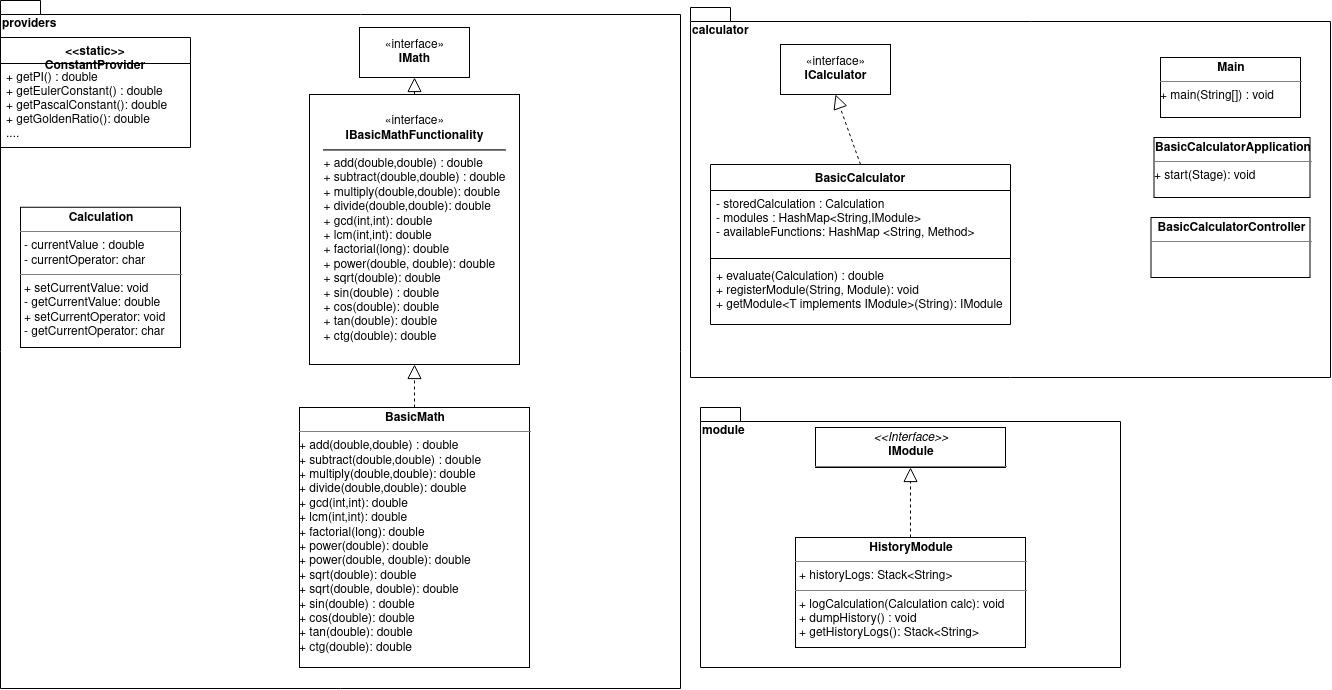
Before: CrossPlatformCalculator/src/main/resources/docs/diagrams/class_diagram.png, a diagram exported from draw.io (adampallagi/RGP). Source tidied: cells renumbered, new cells last; positions are measured from the earlier drawing's top-left corner, leaving out a move shared by most shapes.
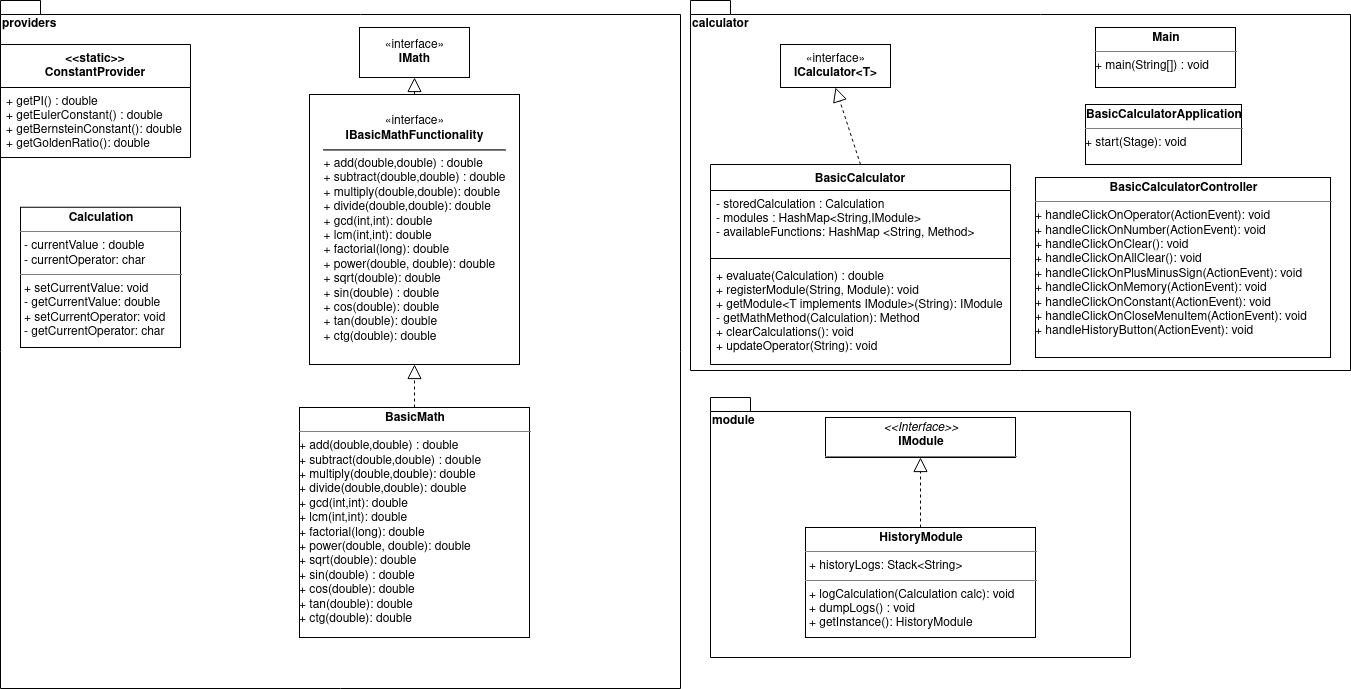
The same diagram one commit later.

Commit message:
Added new class diagram?

Change to the diagram source:
```diff
@@ -3,48 +3,42 @@
     <mxCell id="0" />
     <mxCell id="1" parent="0" />
     <mxCell id="2" value="calculator" style="shape=folder;fontStyle=1;spacingTop=10;tabWidth=40;tabHeight=14;tabPosition=left;html=1;align=left;verticalAlign=top;" parent="1" vertex="1">
-      <mxGeometry x="690" y="7" width="640" height="370" as="geometry" />
+      <mxGeometry x="690" width="660" height="370" as="geometry" />
     </mxCell>
     <mxCell id="3" value="providers" style="shape=folder;fontStyle=1;spacingTop=10;tabWidth=40;tabHeight=14;tabPosition=left;html=1;noLabel=0;labelPosition=center;verticalLabelPosition=middle;align=left;verticalAlign=top;horizontal=1;" parent="1" vertex="1">
       <mxGeometry width="680" height="688" as="geometry" />
     </mxCell>
-    <mxCell id="4" value="«interface»&lt;br&gt;&lt;div&gt;&lt;b&gt;ICalculator&lt;/b&gt;&lt;/div&gt;" style="html=1;" parent="1" vertex="1">
-      <mxGeometry x="780" y="44" width="110" height="50" as="geometry" />
+    <mxCell id="4" value="«interface»&lt;br&gt;&lt;div&gt;&lt;b&gt;ICalculator&amp;lt;T&amp;gt;&lt;/b&gt;&lt;/div&gt;" style="html=1;" parent="1" vertex="1">
+      <mxGeometry x="780" y="44" width="110" height="43" as="geometry" />
     </mxCell>
     <mxCell id="5" style="endArrow=block;dashed=1;endFill=0;endSize=12;html=1;exitX=0.5;exitY=0;exitDx=0;exitDy=0;entryX=0.5;entryY=1;entryDx=0;entryDy=0;" parent="1" edge="1" source="21" target="4">
       <mxGeometry relative="1" as="geometry" />
     </mxCell>
     <mxCell id="6" value="&lt;p style=&quot;margin: 0px ; margin-top: 4px ; text-align: center&quot;&gt;&lt;b&gt;BasicCalculatorApplication&lt;/b&gt;&lt;br&gt;&lt;/p&gt;&lt;hr size=&quot;1&quot;&gt;&lt;div style=&quot;height: 2px&quot;&gt;+ &lt;span class=&quot;pl-en&quot;&gt;start(Stage): void&lt;br&gt;&lt;/span&gt;&lt;/div&gt;" style="verticalAlign=top;align=left;overflow=fill;fontSize=12;fontFamily=Helvetica;html=1;" parent="1" vertex="1">
-      <mxGeometry x="1153.5" y="137" width="156" height="60" as="geometry" />
+      <mxGeometry x="1085" y="104" width="156" height="60" as="geometry" />
     </mxCell>
     <mxCell id="7" value="module" style="shape=folder;fontStyle=1;spacingTop=10;tabWidth=40;tabHeight=14;tabPosition=left;html=1;align=left;verticalAlign=top;" parent="1" vertex="1">
-      <mxGeometry x="700" y="407" width="420" height="260" as="geometry" />
+      <mxGeometry x="710" y="397" width="420" height="260" as="geometry" />
     </mxCell>
     <mxCell id="8" value="&lt;p style=&quot;margin: 0px ; margin-top: 4px ; text-align: center&quot;&gt;&lt;i&gt;&amp;lt;&amp;lt;Interface&amp;gt;&amp;gt;&lt;/i&gt;&lt;br&gt;&lt;b&gt;IModule&lt;/b&gt;&lt;/p&gt;&lt;hr size=&quot;1&quot;&gt;" style="verticalAlign=top;align=left;overflow=fill;fontSize=12;fontFamily=Helvetica;html=1;" parent="1" vertex="1">
-      <mxGeometry x="815" y="427" width="190" height="40" as="geometry" />
+      <mxGeometry x="825" y="417" width="190" height="40" as="geometry" />
     </mxCell>
-    <mxCell id="9" value="&lt;&lt;static&gt;&gt;&#10;ConstantProvider" style="swimlane;fontStyle=1;align=center;verticalAlign=top;horizontal=1;startSize=26;" parent="1" vertex="1">
-      <mxGeometry y="37" width="190" height="110" as="geometry" />
-    </mxCell>
-    <mxCell id="10" value="+ getPI() : double&#10;+ getEulerConstant() : double&#10;+ getPascalConstant(): double&#10;+ getGoldenRatio(): double&#10;....&#10;&#10;" style="text;strokeColor=none;fillColor=none;align=left;verticalAlign=top;spacingLeft=4;spacingRight=4;overflow=hidden;" parent="9" vertex="1">
-      <mxGeometry y="26" width="190" height="84" as="geometry" />
-    </mxCell>
-    <mxCell id="11" value="&lt;p style=&quot;margin: 0px ; margin-top: 4px ; text-align: center&quot;&gt;&lt;b&gt;HistoryModule&lt;/b&gt;&lt;/p&gt;&lt;hr size=&quot;1&quot;&gt;&lt;p style=&quot;margin: 0px ; margin-left: 4px&quot;&gt;+ historyLogs: Stack&amp;lt;String&amp;gt;&lt;br&gt;&lt;/p&gt;&lt;hr size=&quot;1&quot;&gt;&lt;p style=&quot;margin: 0px ; margin-left: 4px&quot;&gt;+ logCalculation(Calculation calc): void&lt;br&gt;+ dumpHistory() : void&lt;/p&gt;&lt;p style=&quot;margin: 0px ; margin-left: 4px&quot;&gt;+ getHistoryLogs(): Stack&amp;lt;String&amp;gt;&lt;br&gt;&lt;/p&gt;" style="verticalAlign=top;align=left;overflow=fill;fontSize=12;fontFamily=Helvetica;html=1;" parent="1" vertex="1">
-      <mxGeometry x="795" y="537" width="230" height="110" as="geometry" />
+    <mxCell id="11" value="&lt;p style=&quot;margin: 0px ; margin-top: 4px ; text-align: center&quot;&gt;&lt;b&gt;HistoryModule&lt;/b&gt;&lt;/p&gt;&lt;hr size=&quot;1&quot;&gt;&lt;p style=&quot;margin: 0px ; margin-left: 4px&quot;&gt;+ historyLogs: Stack&amp;lt;String&amp;gt;&lt;br&gt;&lt;/p&gt;&lt;hr size=&quot;1&quot;&gt;&lt;p style=&quot;margin: 0px ; margin-left: 4px&quot;&gt;+ logCalculation(Calculation calc): void&lt;br&gt;+ dumpLogs() : void&lt;/p&gt;&lt;p style=&quot;margin: 0px ; margin-left: 4px&quot;&gt;+ getInstance(): HistoryModule&lt;br&gt;&lt;/p&gt;" style="verticalAlign=top;align=left;overflow=fill;fontSize=12;fontFamily=Helvetica;html=1;" parent="1" vertex="1">
+      <mxGeometry x="805" y="527" width="230" height="110" as="geometry" />
     </mxCell>
     <mxCell id="12" style="endArrow=block;dashed=1;endFill=0;endSize=12;html=1;exitX=0.5;exitY=0;exitDx=0;exitDy=0;" parent="1" edge="1" source="11">
       <mxGeometry relative="1" as="geometry">
-        <mxPoint x="910" y="467" as="targetPoint" />
+        <mxPoint x="920" y="457" as="targetPoint" />
       </mxGeometry>
     </mxCell>
     <mxCell id="13" value="&lt;p style=&quot;margin: 0px ; margin-top: 4px ; text-align: center&quot;&gt;&lt;b&gt;Calculation&lt;/b&gt;&lt;/p&gt;&lt;hr size=&quot;1&quot;&gt;&lt;p style=&quot;margin: 0px ; margin-left: 4px&quot;&gt;- currentValue : double&lt;br&gt;- currentOperator: char&lt;br&gt;&lt;/p&gt;&lt;hr size=&quot;1&quot;&gt;&lt;p style=&quot;margin: 0px ; margin-left: 4px&quot;&gt;+ setCurrentValue: void&lt;br&gt;- getCurrentValue: double&lt;br&gt;+ setCurrentOperator: void&lt;/p&gt;&lt;p style=&quot;margin: 0px ; margin-left: 4px&quot;&gt;- getCurrentOperator: char&lt;/p&gt;" style="verticalAlign=top;align=left;overflow=fill;fontSize=12;fontFamily=Helvetica;html=1;" parent="1" vertex="1">
       <mxGeometry x="20" y="206.8" width="160" height="140.2" as="geometry" />
     </mxCell>
     <mxCell id="14" value="&lt;p style=&quot;margin: 0px ; margin-top: 4px ; text-align: center&quot;&gt;&lt;b&gt;Main&lt;/b&gt;&lt;br&gt;&lt;/p&gt;&lt;hr size=&quot;1&quot;&gt;&lt;div style=&quot;height: 2px&quot;&gt;+ main(String[]) : void&lt;br&gt;&lt;/div&gt;" style="verticalAlign=top;align=left;overflow=fill;fontSize=12;fontFamily=Helvetica;html=1;" parent="1" vertex="1">
-      <mxGeometry x="1160" y="57" width="140" height="60" as="geometry" />
+      <mxGeometry x="1095" y="27" width="140" height="60" as="geometry" />
     </mxCell>
-    <mxCell id="15" value="&lt;p style=&quot;margin: 0px ; margin-top: 4px ; text-align: center&quot;&gt;&lt;b&gt;BasicCalculatorController&lt;/b&gt;&lt;/p&gt;&lt;hr size=&quot;1&quot;&gt;&lt;div style=&quot;height: 2px&quot;&gt;&lt;/div&gt;" style="verticalAlign=top;align=left;overflow=fill;fontSize=12;fontFamily=Helvetica;html=1;" parent="1" vertex="1">
-      <mxGeometry x="1150.5" y="217" width="159" height="60" as="geometry" />
+    <mxCell id="15" value="&lt;p style=&quot;margin: 0px ; margin-top: 4px ; text-align: center&quot;&gt;&lt;b&gt;BasicCalculatorController&lt;/b&gt;&lt;/p&gt;&lt;hr size=&quot;1&quot;&gt;&lt;div style=&quot;height: 2px&quot;&gt;+ &lt;span class=&quot;pl-en&quot;&gt;&lt;span class=&quot;pl-token&quot;&gt;handleClickOnOperator(ActionEvent): void&lt;br&gt;+ handleClickOnNumber(ActionEvent): void&lt;br&gt;+ &lt;/span&gt;&lt;/span&gt;&lt;span class=&quot;pl-en&quot;&gt;&lt;span class=&quot;pl-token&quot;&gt;&lt;span class=&quot;pl-en&quot;&gt;&lt;span class=&quot;pl-token&quot;&gt;handleClickOnClear(): void&lt;br&gt;+ &lt;/span&gt;&lt;/span&gt;&lt;/span&gt;&lt;/span&gt;&lt;span class=&quot;pl-en&quot;&gt;&lt;span class=&quot;pl-token&quot;&gt;&lt;span class=&quot;pl-en&quot;&gt;&lt;span class=&quot;pl-token&quot;&gt;&lt;span class=&quot;pl-en&quot;&gt;&lt;span class=&quot;pl-token&quot;&gt;handleClickOnAllClear(): void&lt;br&gt;+ &lt;/span&gt;&lt;/span&gt;&lt;/span&gt;&lt;/span&gt;&lt;/span&gt;&lt;/span&gt;&lt;span class=&quot;pl-en&quot;&gt;&lt;span class=&quot;pl-token&quot;&gt;&lt;span class=&quot;pl-en&quot;&gt;&lt;span class=&quot;pl-token&quot;&gt;&lt;span class=&quot;pl-en&quot;&gt;&lt;span class=&quot;pl-token&quot;&gt;&lt;span class=&quot;pl-en&quot;&gt;&lt;span class=&quot;pl-token&quot;&gt;handleClickOnPlusMinusSign(ActionEvent): void&lt;br&gt;+ &lt;/span&gt;&lt;/span&gt;&lt;/span&gt;&lt;/span&gt;&lt;/span&gt;&lt;/span&gt;&lt;/span&gt;&lt;/span&gt;&lt;span class=&quot;pl-en&quot;&gt;&lt;span class=&quot;pl-token&quot;&gt;&lt;span class=&quot;pl-en&quot;&gt;&lt;span class=&quot;pl-token&quot;&gt;&lt;span class=&quot;pl-en&quot;&gt;&lt;span class=&quot;pl-token&quot;&gt;&lt;span class=&quot;pl-en&quot;&gt;&lt;span class=&quot;pl-token&quot;&gt;&lt;span class=&quot;pl-en&quot;&gt;&lt;span class=&quot;pl-token active&quot;&gt;handleClickOnMemory(ActionEvent): void&lt;br&gt;+ &lt;/span&gt;&lt;/span&gt;&lt;/span&gt;&lt;/span&gt;&lt;/span&gt;&lt;/span&gt;&lt;/span&gt;&lt;/span&gt;&lt;/span&gt;&lt;/span&gt;&lt;span class=&quot;pl-en&quot;&gt;&lt;span class=&quot;pl-token&quot;&gt;&lt;span class=&quot;pl-en&quot;&gt;&lt;span class=&quot;pl-token&quot;&gt;&lt;span class=&quot;pl-en&quot;&gt;&lt;span class=&quot;pl-token&quot;&gt;&lt;span class=&quot;pl-en&quot;&gt;&lt;span class=&quot;pl-token&quot;&gt;&lt;span class=&quot;pl-en&quot;&gt;&lt;span class=&quot;pl-token active&quot;&gt;&lt;span class=&quot;pl-en&quot;&gt;&lt;span class=&quot;pl-token&quot;&gt;handleClickOnConstant(ActionEvent): void&lt;br&gt;+ &lt;/span&gt;&lt;/span&gt;&lt;/span&gt;&lt;/span&gt;&lt;/span&gt;&lt;/span&gt;&lt;/span&gt;&lt;/span&gt;&lt;/span&gt;&lt;/span&gt;&lt;/span&gt;&lt;/span&gt;&lt;span class=&quot;pl-en&quot;&gt;&lt;span class=&quot;pl-token&quot;&gt;&lt;span class=&quot;pl-en&quot;&gt;&lt;span class=&quot;pl-token&quot;&gt;&lt;span class=&quot;pl-en&quot;&gt;&lt;span class=&quot;pl-token&quot;&gt;&lt;span class=&quot;pl-en&quot;&gt;&lt;span class=&quot;pl-token&quot;&gt;&lt;span class=&quot;pl-en&quot;&gt;&lt;span class=&quot;pl-token active&quot;&gt;&lt;span class=&quot;pl-en&quot;&gt;&lt;span class=&quot;pl-token&quot;&gt;&lt;span class=&quot;pl-en&quot;&gt;&lt;span class=&quot;pl-token&quot;&gt;handleClickOnCloseMenuItem(ActionEvent): void&lt;br&gt;+ &lt;/span&gt;&lt;/span&gt;&lt;/span&gt;&lt;/span&gt;&lt;/span&gt;&lt;/span&gt;&lt;/span&gt;&lt;/span&gt;&lt;/span&gt;&lt;/span&gt;&lt;/span&gt;&lt;/span&gt;&lt;/span&gt;&lt;/span&gt;&lt;span class=&quot;pl-en&quot;&gt;&lt;span class=&quot;pl-token&quot;&gt;&lt;span class=&quot;pl-en&quot;&gt;&lt;span class=&quot;pl-token&quot;&gt;&lt;span class=&quot;pl-en&quot;&gt;&lt;span class=&quot;pl-token&quot;&gt;&lt;span class=&quot;pl-en&quot;&gt;&lt;span class=&quot;pl-token&quot;&gt;&lt;span class=&quot;pl-en&quot;&gt;&lt;span class=&quot;pl-token active&quot;&gt;&lt;span class=&quot;pl-en&quot;&gt;&lt;span class=&quot;pl-token&quot;&gt;&lt;span class=&quot;pl-en&quot;&gt;&lt;span class=&quot;pl-token&quot;&gt;&lt;span class=&quot;pl-en&quot;&gt;&lt;span class=&quot;pl-token&quot;&gt;handleHistoryButton(ActionEvent): void&lt;br&gt;&lt;/span&gt;&lt;/span&gt;&lt;/span&gt;&lt;/span&gt;&lt;/span&gt;&lt;/span&gt;&lt;/span&gt;&lt;/span&gt;&lt;/span&gt;&lt;/span&gt;&lt;/span&gt;&lt;/span&gt;&lt;/span&gt;&lt;/span&gt;&lt;/span&gt;&lt;/span&gt;&lt;/div&gt;" style="verticalAlign=top;align=left;overflow=fill;fontSize=12;fontFamily=Helvetica;html=1;" parent="1" vertex="1">
+      <mxGeometry x="1035" y="177" width="295" height="180" as="geometry" />
     </mxCell>
     <mxCell id="16" value="«interface»&lt;br&gt;&lt;b&gt;IMath&lt;/b&gt;" style="html=1;" parent="1" vertex="1">
       <mxGeometry x="359" y="27" width="110" height="50" as="geometry" />
@@ -58,11 +52,11 @@
     <mxCell id="19" style="endArrow=block;dashed=1;endFill=0;endSize=12;html=1;exitX=0.5;exitY=0;exitDx=0;exitDy=0;entryX=0.5;entryY=1;entryDx=0;entryDy=0;" parent="1" edge="1" source="18" target="16">
       <mxGeometry relative="1" as="geometry" />
     </mxCell>
-    <mxCell id="20" value="&lt;p style=&quot;margin: 0px ; margin-top: 4px ; text-align: center&quot;&gt;&lt;b&gt;BasicMath&lt;/b&gt;&lt;/p&gt;&lt;hr size=&quot;1&quot;&gt;&lt;div style=&quot;height: 2px&quot;&gt;+ add(double,double) : double&lt;br&gt;+ subtract(double,double) : double&lt;br&gt;+ multiply(double,double): double&lt;br&gt;+ divide(double,double): double&lt;br&gt;+ gcd(int,int): double&lt;br&gt;+ lcm(int,int): double&lt;br&gt;+ factorial(long): double&lt;br&gt;+ power(double): double&lt;br&gt;+ power(double, double): double&lt;br&gt;+ sqrt(double): double&lt;br&gt;+ sqrt(double, double): double&lt;br&gt;+ sin(double) : double&lt;br&gt;+ cos(double): double&lt;br&gt;+ tan(double): double&lt;br&gt;+ ctg(double): double&lt;br&gt;&lt;br&gt;&lt;/div&gt;" style="verticalAlign=top;align=left;overflow=fill;fontSize=12;fontFamily=Helvetica;html=1;" parent="1" vertex="1">
-      <mxGeometry x="299" y="407" width="230" height="260" as="geometry" />
+    <mxCell id="20" value="&lt;p style=&quot;margin: 0px ; margin-top: 4px ; text-align: center&quot;&gt;&lt;b&gt;BasicMath&lt;/b&gt;&lt;/p&gt;&lt;hr size=&quot;1&quot;&gt;&lt;div style=&quot;height: 2px&quot;&gt;&lt;div style=&quot;line-height: 120%&quot; align=&quot;left&quot;&gt;+ add(double,double) : double&lt;br&gt;+ subtract(double,double) : double&lt;br&gt;+ multiply(double,double): double&lt;br&gt;+ divide(double,double): double&lt;br&gt;+ gcd(int,int): double&lt;br&gt;+ lcm(int,int): double&lt;br&gt;+ factorial(long): double&lt;br&gt;+ power(double, double): double&lt;br&gt;+ sqrt(double): double&lt;/div&gt;&lt;div style=&quot;line-height: 120%&quot; align=&quot;left&quot;&gt;+ sin(double) : double&lt;br&gt;+ cos(double): double&lt;br&gt;+ tan(double): double&lt;br&gt;+ ctg(double): double&lt;/div&gt;&lt;/div&gt;" style="verticalAlign=top;align=left;overflow=fill;fontSize=12;fontFamily=Helvetica;html=1;" parent="1" vertex="1">
+      <mxGeometry x="299" y="407" width="230" height="230" as="geometry" />
     </mxCell>
     <mxCell id="21" value="BasicCalculator&#10;" style="swimlane;fontStyle=1;align=center;verticalAlign=top;horizontal=1;startSize=26;" parent="1" vertex="1">
-      <mxGeometry x="710" y="164" width="300" height="160" as="geometry" />
+      <mxGeometry x="710" y="164" width="300" height="200" as="geometry" />
     </mxCell>
     <mxCell id="22" value="- storedCalculation : Calculation&#10;- modules : HashMap&lt;String,IModule&gt;&#10;- availableFunctions: HashMap &lt;String, Method&gt;&#10;&#10;&#10;" style="text;strokeColor=none;fillColor=none;align=left;verticalAlign=top;spacingLeft=4;spacingRight=4;overflow=hidden;" parent="21" vertex="1">
       <mxGeometry y="26" width="300" height="64" as="geometry" />
@@ -70,8 +64,14 @@
     <mxCell id="23" style="line;strokeWidth=1;fillColor=none;align=left;verticalAlign=middle;spacingTop=-1;spacingLeft=3;spacingRight=3;labelPosition=right;" parent="21" vertex="1">
       <mxGeometry y="90" width="300" height="8" as="geometry" />
     </mxCell>
-    <mxCell id="24" value="+ evaluate(Calculation) : double&#10;+ registerModule(String, Module): void&#10;+ getModule&lt;T implements IModule&gt;(String): IModule&#10;" style="text;strokeColor=none;fillColor=none;align=left;verticalAlign=top;spacingLeft=4;spacingRight=4;overflow=hidden;" parent="21" vertex="1">
-      <mxGeometry y="98" width="300" height="62" as="geometry" />
+    <mxCell id="24" value="+ evaluate(Calculation) : double&#10;+ registerModule(String, Module): void&#10;+ getModule&lt;T implements IModule&gt;(String): IModule&#10;- getMathMethod(Calculation): Method&#10;+ clearCalculations(): void&#10;+ updateOperator(String): void&#10;&#10;" style="text;strokeColor=none;fillColor=none;align=left;verticalAlign=top;spacingLeft=4;spacingRight=4;overflow=hidden;" parent="21" vertex="1">
+      <mxGeometry y="98" width="300" height="102" as="geometry" />
     </mxCell>
+    <mxCell id="9" value="&lt;&lt;static&gt;&gt;&#10;ConstantProvider" style="swimlane;fontStyle=1;align=center;verticalAlign=top;horizontal=1;startSize=43;" parent="1" vertex="1">
+      <mxGeometry y="44" width="190" height="113" as="geometry" />
+    </mxCell>
+    <mxCell id="10" value="+ getPI() : double&#10;+ getEulerConstant() : double&#10;+ getBernsteinConstant(): double&#10;+ getGoldenRatio(): double&#10;&#10;" style="text;strokeColor=none;fillColor=none;align=left;verticalAlign=top;spacingLeft=4;spacingRight=4;overflow=hidden;" parent="9" vertex="1">
+      <mxGeometry y="43" width="190" height="70" as="geometry" />
+    </mxCell>
   </root>
 </mxGraphModel>
```
